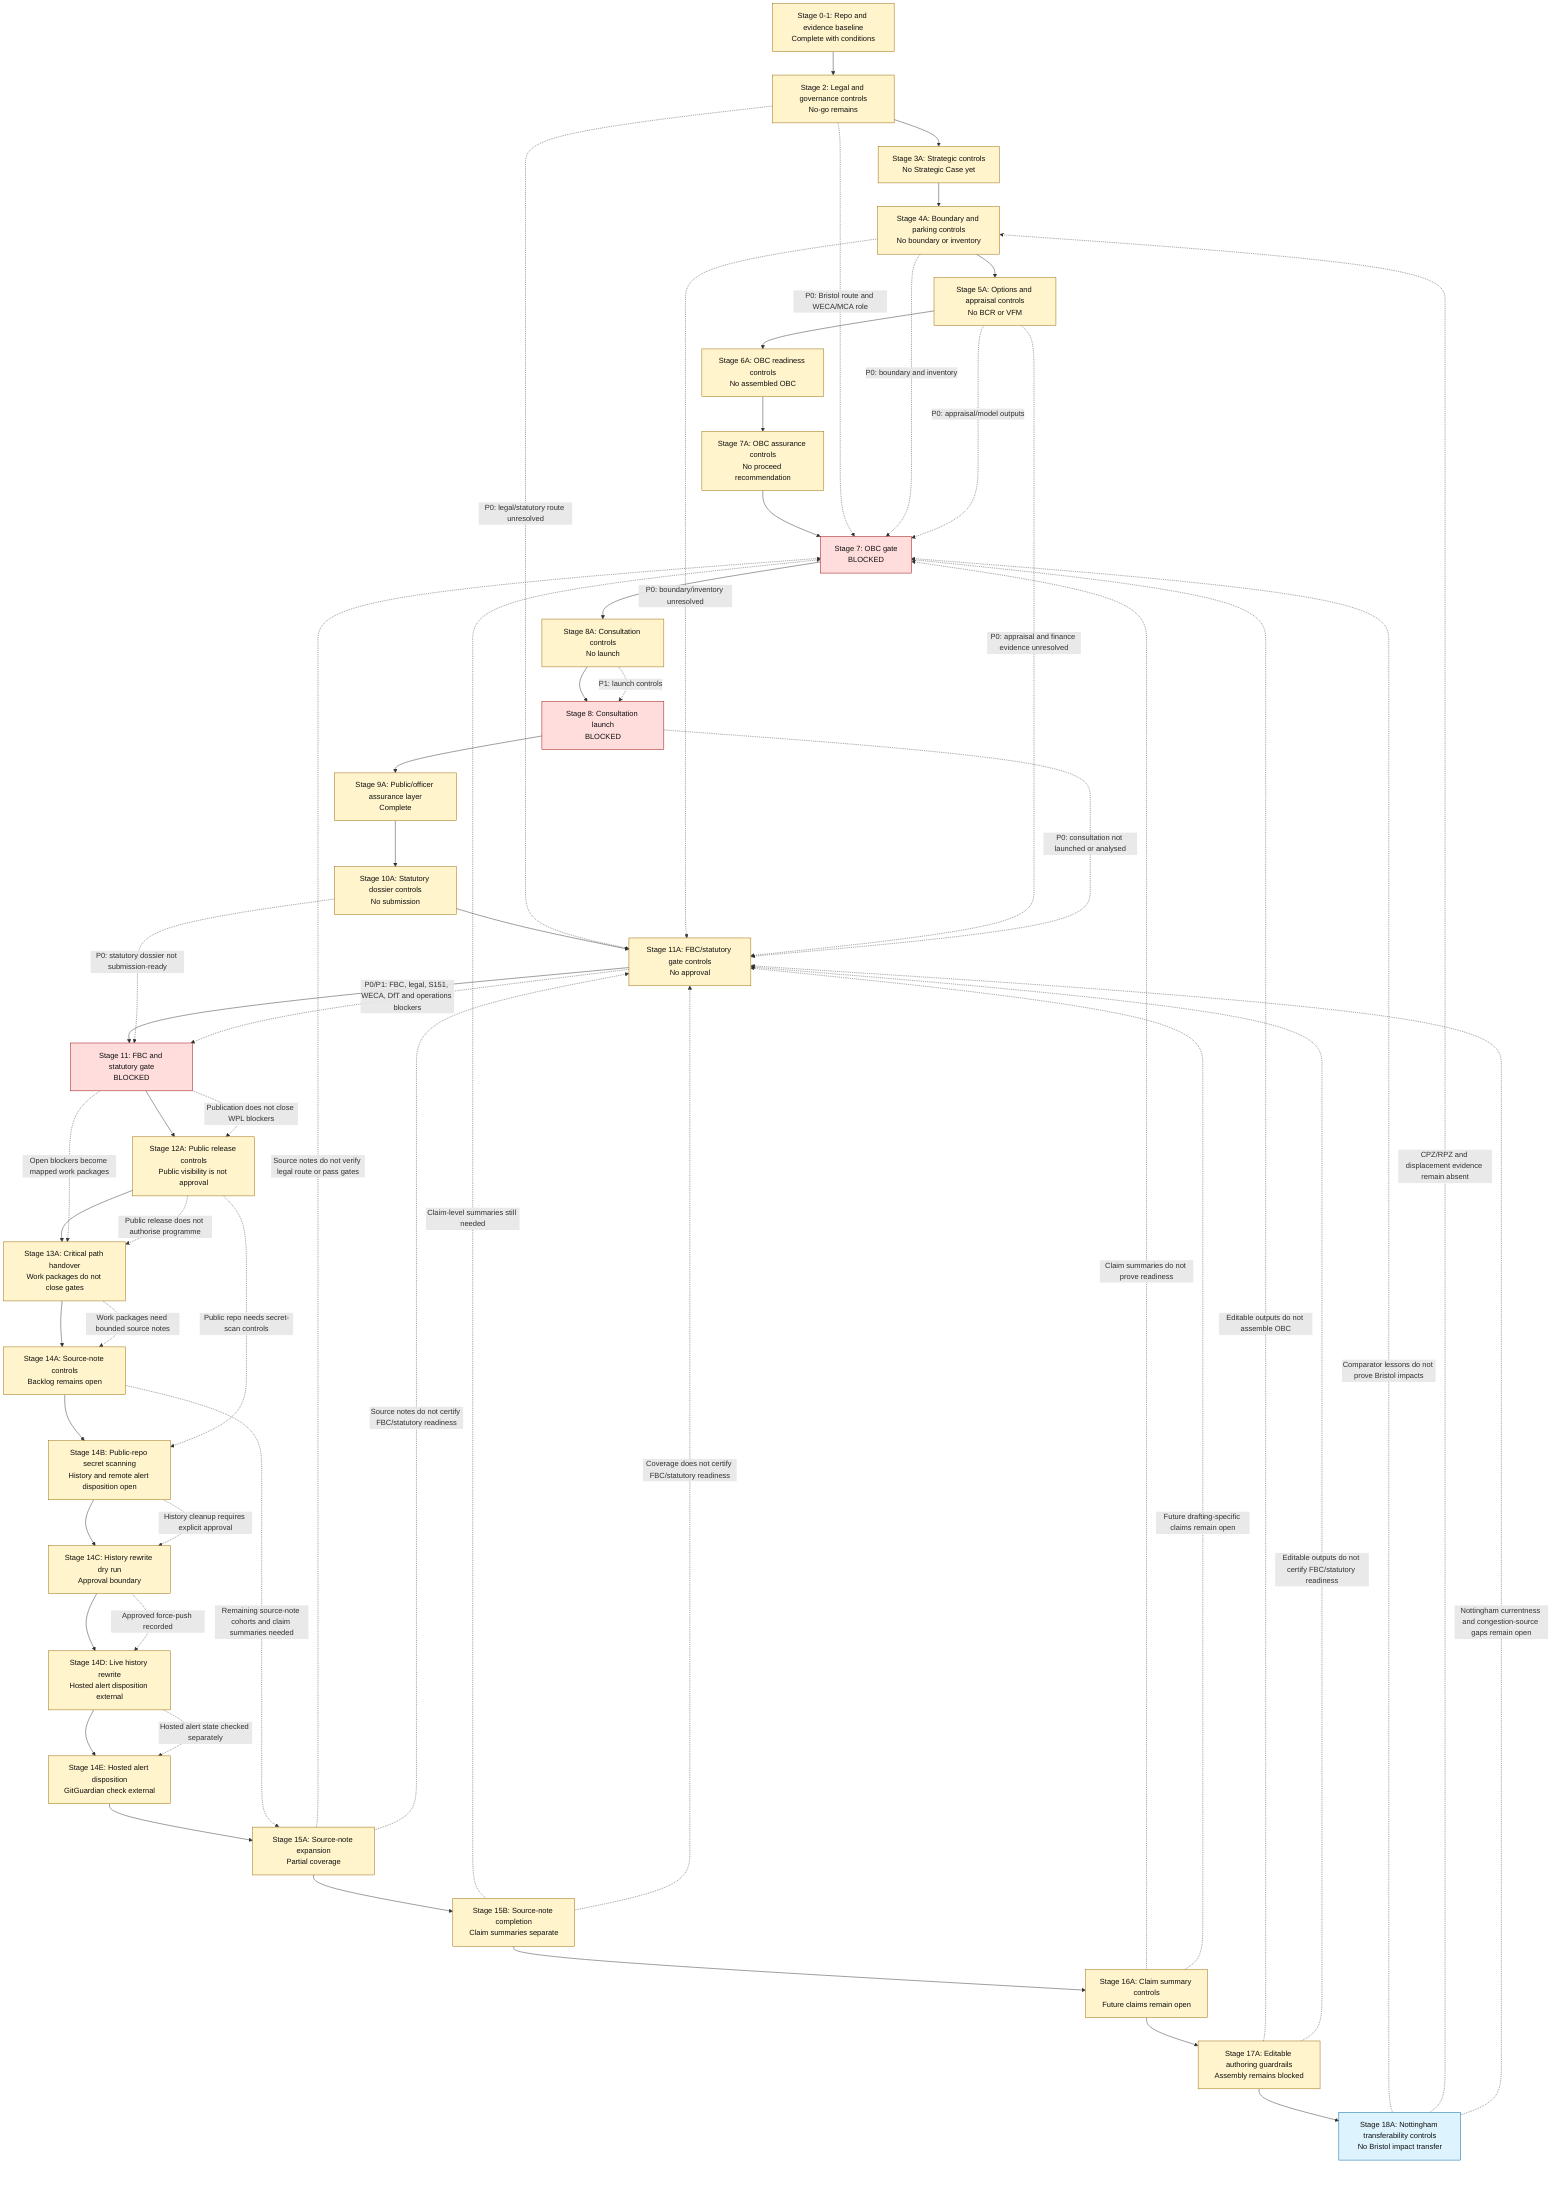
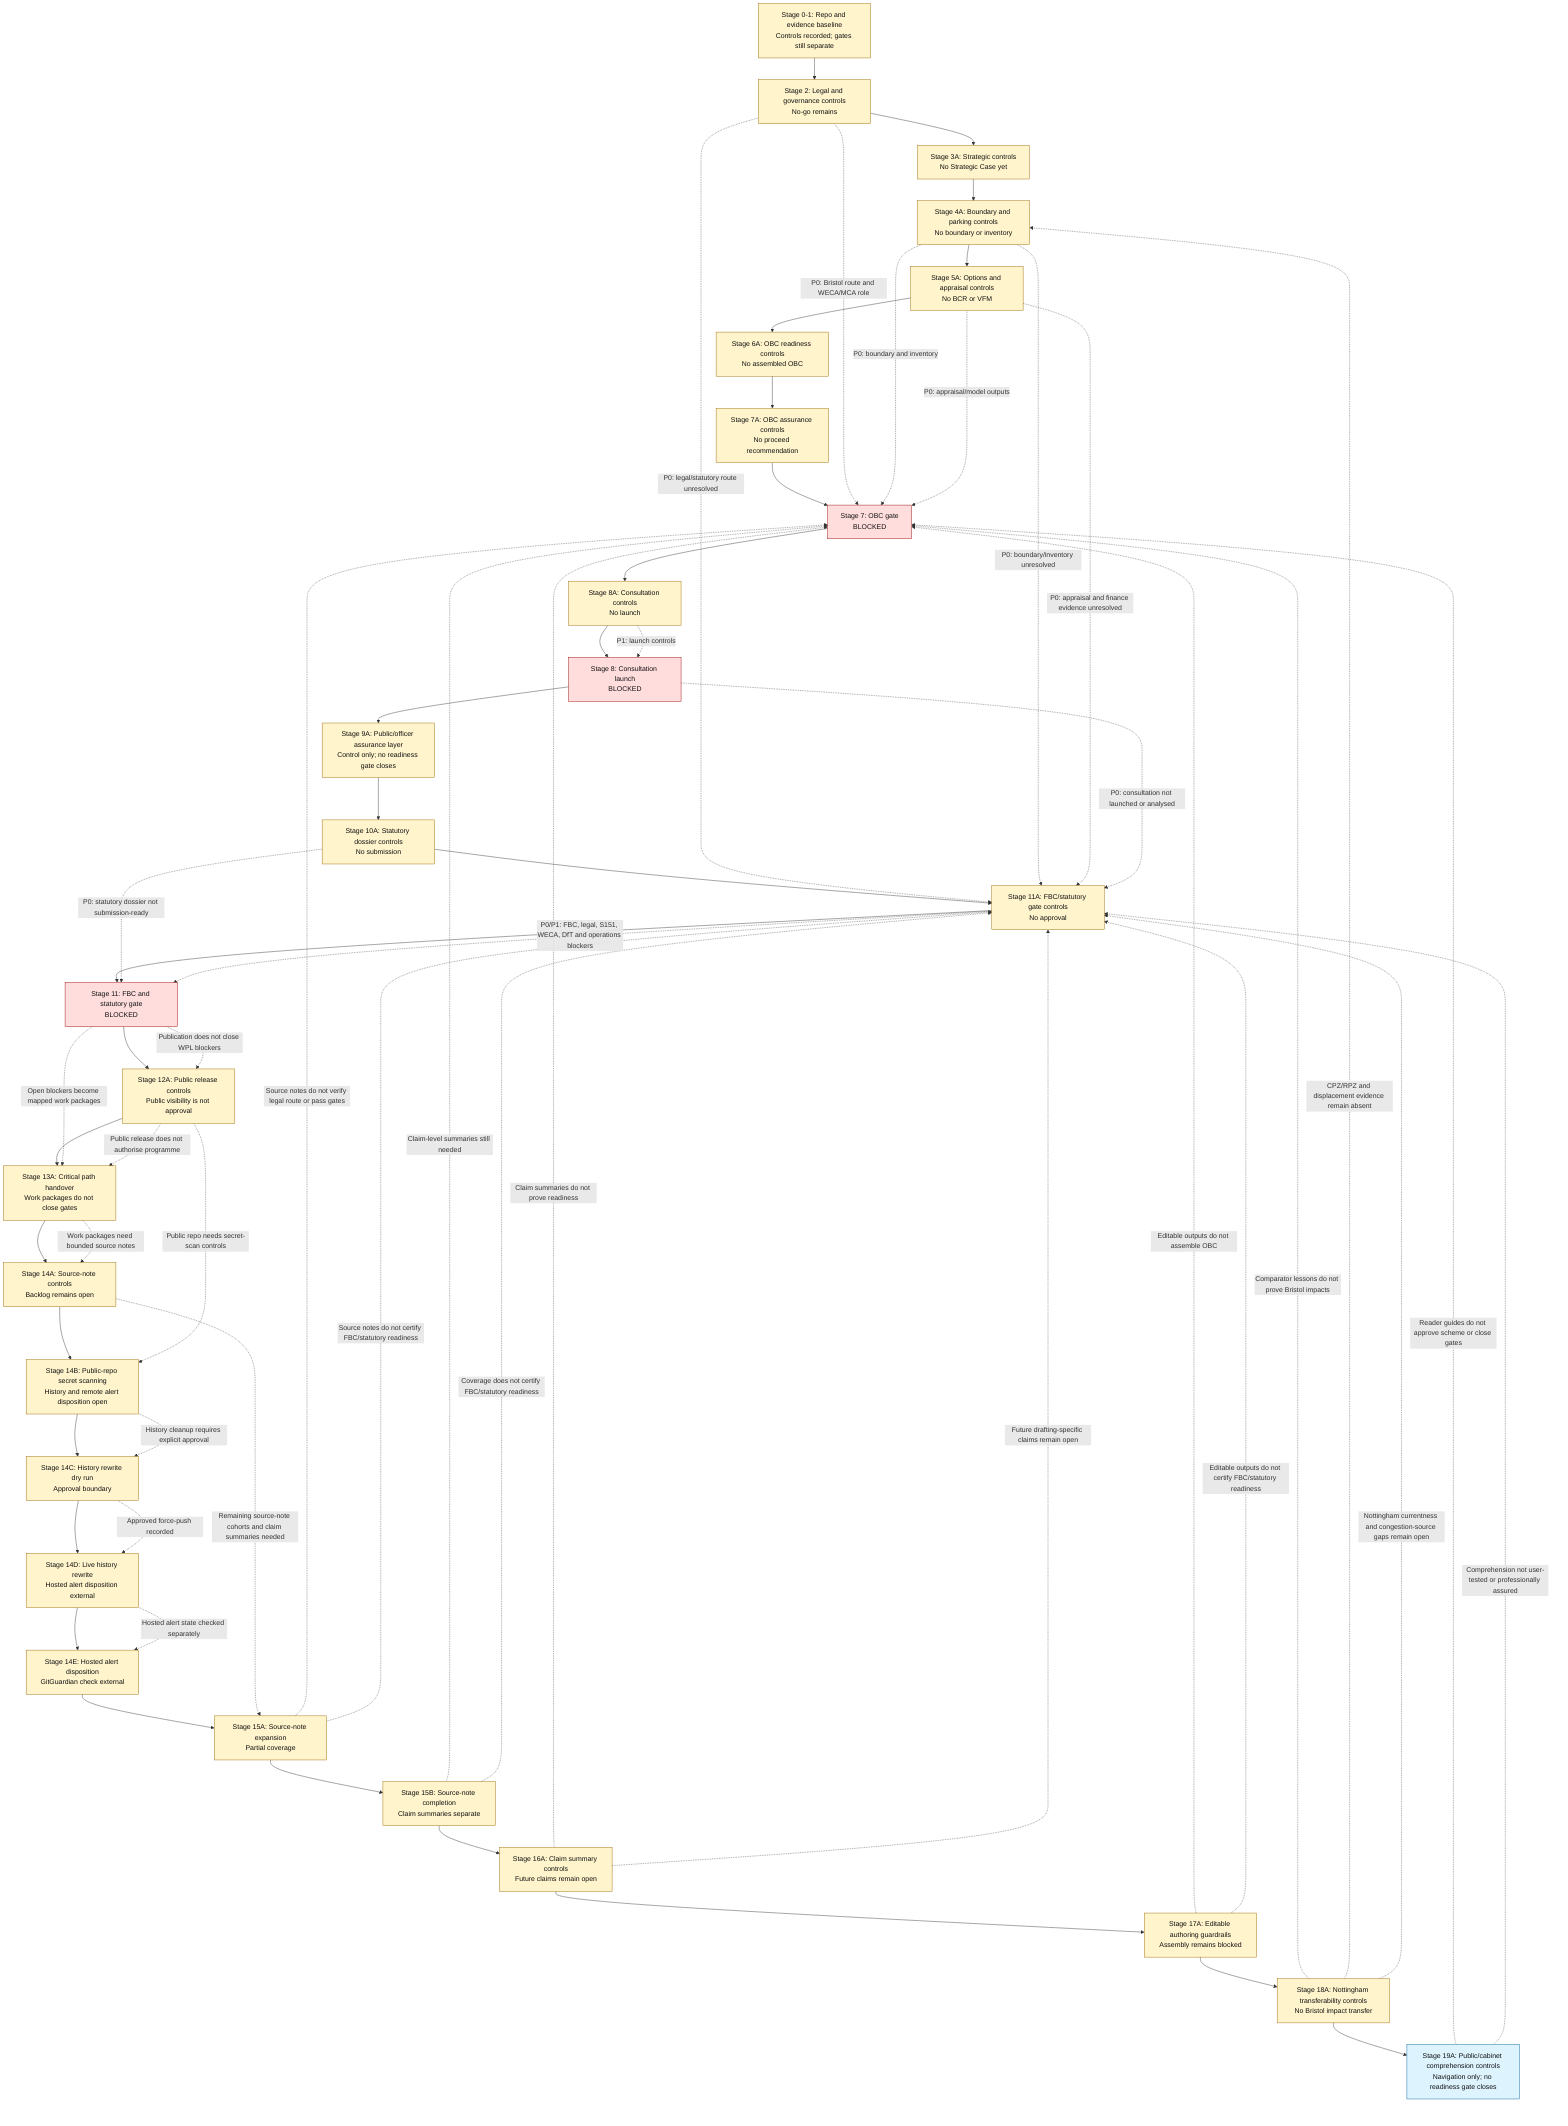
flowchart TD
-     A["Stage 0-1: Repo and evidence baseline<br/>Complete with conditions"] --> B["Stage 2: Legal and governance controls<br/>No-go remains"]
+     A["Stage 0-1: Repo and evidence baseline<br/>Controls recorded; gates still separate"] --> B["Stage 2: Legal and governance controls<br/>No-go remains"]
    B --> C["Stage 3A: Strategic controls<br/>No Strategic Case yet"]
    C --> D["Stage 4A: Boundary and parking controls<br/>No boundary or inventory"]
    D --> E["Stage 5A: Options and appraisal controls<br/>No BCR or VFM"]
    E --> F["Stage 6A: OBC readiness controls<br/>No assembled OBC"]
    F --> F2["Stage 7A: OBC assurance controls<br/>No proceed recommendation"]
    F2 --> G["Stage 7: OBC gate<br/>BLOCKED"]
    G --> H["Stage 8A: Consultation controls<br/>No launch"]
    H --> I["Stage 8: Consultation launch<br/>BLOCKED"]
-     I --> J["Stage 9A: Public/officer assurance layer<br/>Complete"]
+     I --> J["Stage 9A: Public/officer assurance layer<br/>Control only; no readiness gate closes"]
    J --> J2["Stage 10A: Statutory dossier controls<br/>No submission"]
    J2 --> K2["Stage 11A: FBC/statutory gate controls<br/>No approval"]
    K2 --> K["Stage 11: FBC and statutory gate<br/>BLOCKED"]
    K --> L["Stage 12A: Public release controls<br/>Public visibility is not approval"]
    L --> M["Stage 13A: Critical path handover<br/>Work packages do not close gates"]
    M --> N["Stage 14A: Source-note controls<br/>Backlog remains open"]
    N --> O["Stage 14B: Public-repo secret scanning<br/>History and remote alert disposition open"]
    O --> P["Stage 14C: History rewrite dry run<br/>Approval boundary"]
    P --> Q["Stage 14D: Live history rewrite<br/>Hosted alert disposition external"]
    Q --> R["Stage 14E: Hosted alert disposition<br/>GitGuardian check external"]
    R --> S["Stage 15A: Source-note expansion<br/>Partial coverage"]
    S --> T["Stage 15B: Source-note completion<br/>Claim summaries separate"]
    T --> U["Stage 16A: Claim summary controls<br/>Future claims remain open"]
    U --> V["Stage 17A: Editable authoring guardrails<br/>Assembly remains blocked"]
    V --> W["Stage 18A: Nottingham transferability controls<br/>No Bristol impact transfer"]
+     W --> X["Stage 19A: Public/cabinet comprehension controls<br/>Navigation only; no readiness gate closes"]

    B -. "P0: Bristol route and WECA/MCA role" .-> G
    D -. "P0: boundary and inventory" .-> G
    E -. "P0: appraisal/model outputs" .-> G
    H -. "P1: launch controls" .-> I
    B -. "P0: legal/statutory route unresolved" .-> K2
    D -. "P0: boundary/inventory unresolved" .-> K2
    E -. "P0: appraisal and finance evidence unresolved" .-> K2
    I -. "P0: consultation not launched or analysed" .-> K2
    J2 -. "P0: statutory dossier not submission-ready" .-> K
    K2 -. "P0/P1: FBC, legal, S151, WECA, DfT and operations blockers" .-> K
    K -. "Publication does not close WPL blockers" .-> L
    K -. "Open blockers become mapped work packages" .-> M
    L -. "Public release does not authorise programme" .-> M
    M -. "Work packages need bounded source notes" .-> N
    L -. "Public repo needs secret-scan controls" .-> O
    O -. "History cleanup requires explicit approval" .-> P
    P -. "Approved force-push recorded" .-> Q
    Q -. "Hosted alert state checked separately" .-> R
    N -. "Remaining source-note cohorts and claim summaries needed" .-> S
    S -. "Source notes do not verify legal route or pass gates" .-> G
    S -. "Source notes do not certify FBC/statutory readiness" .-> K2
    T -. "Claim-level summaries still needed" .-> G
    T -. "Coverage does not certify FBC/statutory readiness" .-> K2
    U -. "Claim summaries do not prove readiness" .-> G
    U -. "Future drafting-specific claims remain open" .-> K2
    V -. "Editable outputs do not assemble OBC" .-> G
    V -. "Editable outputs do not certify FBC/statutory readiness" .-> K2
    W -. "Comparator lessons do not prove Bristol impacts" .-> G
    W -. "CPZ/RPZ and displacement evidence remain absent" .-> D
    W -. "Nottingham currentness and congestion-source gaps remain open" .-> K2
+     X -. "Reader guides do not approve scheme or close gates" .-> G
+     X -. "Comprehension not user-tested or professionally assured" .-> K2

    classDef blocked fill:#ffdddd,stroke:#990000,color:#111111;
    classDef control fill:#fff4cc,stroke:#996600,color:#111111;
    classDef current fill:#ddf4ff,stroke:#005f99,color:#111111;

    class G,I,K blocked;
-     class A,B,C,D,E,F,F2,H,J,J2,K2,L,M,N,O,P,Q,R,S,T,U,V control;
-     class W current;
+     class A,B,C,D,E,F,F2,H,J,J2,K2,L,M,N,O,P,Q,R,S,T,U,V,W control;
+     class X current;
